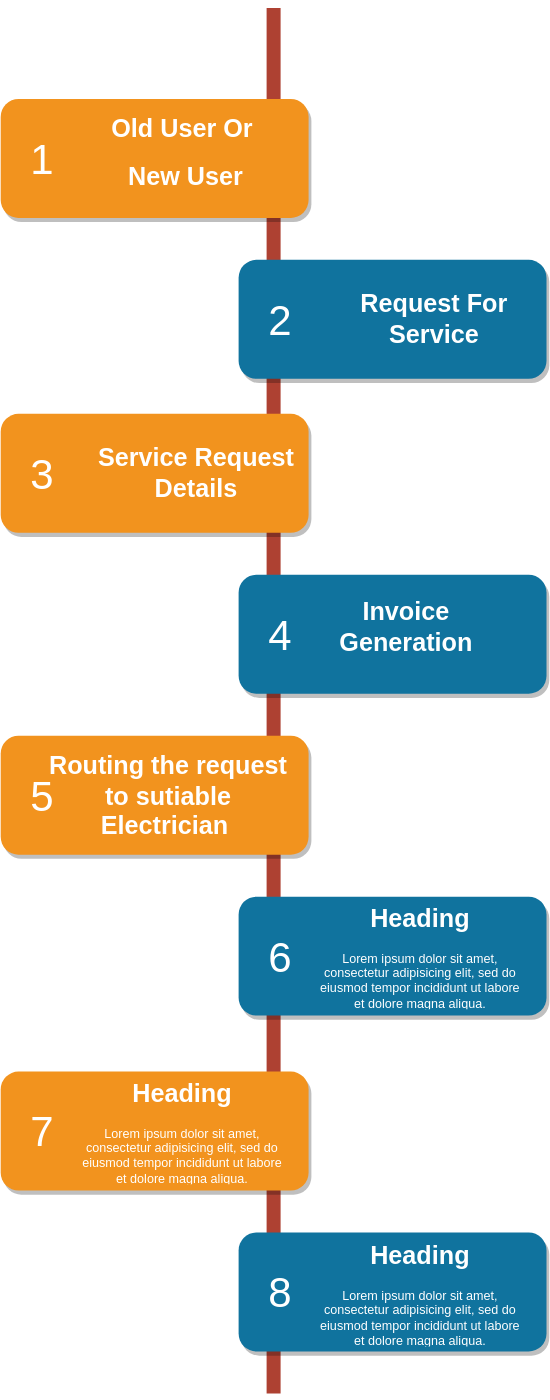
This is Untitled Diagram.svg from RahulDas-dev/Processflow, a draw.io export, as it was before one commit. Source tidied: cells renumbered, new cells last; positions are measured from the earlier drawing's top-left corner, leaving out a move shared by most shapes. The source it was exported from:
```xml
<mxGraphModel>
  <root>
    <mxCell id="0" />
    <mxCell id="1" parent="0" />
    <mxCell id="2" style="line;strokeWidth=10;direction=south;html=1;fillColor=none;fontSize=13;fontColor=#000000;align=center;strokeColor=#AE4132;" parent="1" vertex="1">
      <mxGeometry x="190" width="10" height="990" as="geometry" />
    </mxCell>
    <mxCell id="3" style="rounded=1;whiteSpace=wrap;html=1;strokeColor=none;strokeWidth=1;fillColor=#F2931E;fontSize=13;fontColor=#FFFFFF;align=center;gradientColor=none;gradientDirection=east;verticalAlign=top;shadow=1;" parent="1" vertex="1">
      <mxGeometry y="65" width="220" height="85" as="geometry" />
    </mxCell>
    <mxCell id="4" value="1" style="text;html=1;strokeColor=none;fillColor=none;align=center;verticalAlign=middle;whiteSpace=wrap;fontSize=30;fontColor=#FFFFFF;" parent="1" vertex="1">
      <mxGeometry x="10" y="98" width="40" height="20" as="geometry" />
    </mxCell>
    <mxCell id="5" style="rounded=1;whiteSpace=wrap;html=1;strokeColor=none;strokeWidth=1;fillColor=#10739E;fontSize=13;fontColor=#FFFFFF;align=center;gradientColor=none;gradientDirection=east;verticalAlign=top;shadow=1;" parent="1" vertex="1">
      <mxGeometry x="170" y="180" width="220" height="85" as="geometry" />
    </mxCell>
    <mxCell id="6" value="2" style="text;html=1;strokeColor=none;fillColor=none;align=center;verticalAlign=middle;whiteSpace=wrap;fontSize=30;fontColor=#FFFFFF;" parent="1" vertex="1">
      <mxGeometry x="180" y="213" width="40" height="20" as="geometry" />
    </mxCell>
    <mxCell id="7" style="rounded=1;whiteSpace=wrap;html=1;strokeColor=none;strokeWidth=1;fillColor=#F2931E;fontSize=13;fontColor=#FFFFFF;align=center;gradientColor=none;gradientDirection=east;verticalAlign=top;shadow=1;" parent="1" vertex="1">
      <mxGeometry y="290" width="220" height="85" as="geometry" />
    </mxCell>
    <mxCell id="8" value="3" style="text;html=1;strokeColor=none;fillColor=none;align=center;verticalAlign=middle;whiteSpace=wrap;fontSize=30;fontColor=#FFFFFF;" parent="1" vertex="1">
      <mxGeometry x="10" y="323" width="40" height="20" as="geometry" />
    </mxCell>
    <mxCell id="9" style="rounded=1;whiteSpace=wrap;html=1;strokeColor=none;strokeWidth=1;fillColor=#10739E;fontSize=13;fontColor=#FFFFFF;align=center;gradientColor=none;gradientDirection=east;verticalAlign=top;shadow=1;" parent="1" vertex="1">
      <mxGeometry x="170" y="405" width="220" height="85" as="geometry" />
    </mxCell>
    <mxCell id="10" value="4" style="text;html=1;strokeColor=none;fillColor=none;align=center;verticalAlign=middle;whiteSpace=wrap;fontSize=30;fontColor=#FFFFFF;" parent="1" vertex="1">
      <mxGeometry x="180" y="438" width="40" height="20" as="geometry" />
    </mxCell>
    <mxCell id="11" style="rounded=1;whiteSpace=wrap;html=1;strokeColor=none;strokeWidth=1;fillColor=#F2931E;fontSize=13;fontColor=#FFFFFF;align=center;gradientColor=none;gradientDirection=east;verticalAlign=top;shadow=1;" parent="1" vertex="1">
      <mxGeometry y="520" width="220" height="85" as="geometry" />
    </mxCell>
    <mxCell id="12" value="5" style="text;html=1;strokeColor=none;fillColor=none;align=center;verticalAlign=middle;whiteSpace=wrap;fontSize=30;fontColor=#FFFFFF;" parent="1" vertex="1">
      <mxGeometry x="10" y="553" width="40" height="20" as="geometry" />
    </mxCell>
    <mxCell id="13" style="rounded=1;whiteSpace=wrap;html=1;strokeColor=none;strokeWidth=1;fillColor=#10739E;fontSize=13;fontColor=#FFFFFF;align=center;gradientColor=none;gradientDirection=east;verticalAlign=top;shadow=1;" parent="1" vertex="1">
      <mxGeometry x="170" y="635" width="220" height="85" as="geometry" />
    </mxCell>
    <mxCell id="14" value="6" style="text;html=1;strokeColor=none;fillColor=none;align=center;verticalAlign=middle;whiteSpace=wrap;fontSize=30;fontColor=#FFFFFF;" parent="1" vertex="1">
      <mxGeometry x="180" y="668" width="40" height="20" as="geometry" />
    </mxCell>
    <mxCell id="15" style="rounded=1;whiteSpace=wrap;html=1;strokeColor=none;strokeWidth=1;fillColor=#F2931E;fontSize=13;fontColor=#FFFFFF;align=center;gradientColor=none;gradientDirection=east;verticalAlign=top;shadow=1;" parent="1" vertex="1">
      <mxGeometry y="760" width="220" height="85" as="geometry" />
    </mxCell>
    <mxCell id="16" value="7" style="text;html=1;strokeColor=none;fillColor=none;align=center;verticalAlign=middle;whiteSpace=wrap;fontSize=30;fontColor=#FFFFFF;" parent="1" vertex="1">
      <mxGeometry x="10" y="793" width="40" height="20" as="geometry" />
    </mxCell>
    <mxCell id="17" style="rounded=1;whiteSpace=wrap;html=1;strokeColor=none;strokeWidth=1;fillColor=#10739E;fontSize=13;fontColor=#FFFFFF;align=center;gradientColor=none;gradientDirection=east;verticalAlign=top;shadow=1;" parent="1" vertex="1">
      <mxGeometry x="170" y="875" width="220" height="85" as="geometry" />
    </mxCell>
    <mxCell id="18" value="8" style="text;html=1;strokeColor=none;fillColor=none;align=center;verticalAlign=middle;whiteSpace=wrap;fontSize=30;fontColor=#FFFFFF;" parent="1" vertex="1">
      <mxGeometry x="180" y="908" width="40" height="20" as="geometry" />
    </mxCell>
    <mxCell id="19" value="&lt;h1&gt;Old User Or&lt;/h1&gt;&lt;h1&gt;&amp;nbsp;New User&lt;/h1&gt;" style="text;html=1;spacing=5;spacingTop=-20;whiteSpace=wrap;overflow=hidden;strokeColor=none;strokeWidth=4;fillColor=none;gradientColor=#007FFF;fontSize=9;fontColor=#FFFFFF;align=center;" parent="1" vertex="1">
      <mxGeometry x="30" y="74.5" width="200" height="66" as="geometry" />
    </mxCell>
    <mxCell id="20" value="&lt;h1&gt;Request For Service&lt;/h1&gt;" style="text;html=1;spacing=5;spacingTop=-20;whiteSpace=wrap;overflow=hidden;strokeColor=none;strokeWidth=4;fillColor=none;gradientColor=#007FFF;fontSize=9;fontColor=#FFFFFF;align=center;" parent="1" vertex="1">
      <mxGeometry x="230" y="200" width="160" height="61" as="geometry" />
    </mxCell>
    <mxCell id="21" value="&lt;h1&gt;Service Request Details&lt;/h1&gt;&lt;div&gt;&lt;br&gt;&lt;/div&gt;" style="text;html=1;spacing=5;spacingTop=-20;whiteSpace=wrap;overflow=hidden;strokeColor=none;strokeWidth=4;fillColor=none;gradientColor=#007FFF;fontSize=9;fontColor=#FFFFFF;align=center;" parent="1" vertex="1">
      <mxGeometry x="60" y="310" width="160" height="77" as="geometry" />
    </mxCell>
    <mxCell id="22" value="&lt;h1&gt;Invoice Generation&lt;/h1&gt;&lt;div&gt;&lt;br&gt;&lt;/div&gt;" style="text;html=1;spacing=5;spacingTop=-20;whiteSpace=wrap;overflow=hidden;strokeColor=none;strokeWidth=4;fillColor=none;gradientColor=#007FFF;fontSize=9;fontColor=#FFFFFF;align=center;" parent="1" vertex="1">
      <mxGeometry x="210" y="419.5" width="160" height="56" as="geometry" />
    </mxCell>
    <mxCell id="23" value="&lt;h1&gt;Routing the request to sutiable Electrician&amp;nbsp;&lt;/h1&gt;" style="text;html=1;spacing=5;spacingTop=-20;whiteSpace=wrap;overflow=hidden;strokeColor=none;strokeWidth=4;fillColor=none;gradientColor=#007FFF;fontSize=9;fontColor=#FFFFFF;align=center;" parent="1" vertex="1">
      <mxGeometry x="30" y="530" width="180" height="86" as="geometry" />
    </mxCell>
    <mxCell id="24" value="&lt;h1&gt;Heading&lt;/h1&gt;&lt;p&gt;Lorem ipsum dolor sit amet, consectetur adipisicing elit, sed do eiusmod tempor incididunt ut labore et dolore magna aliqua.&lt;/p&gt;" style="text;html=1;spacing=5;spacingTop=-20;whiteSpace=wrap;overflow=hidden;strokeColor=none;strokeWidth=4;fillColor=none;gradientColor=#007FFF;fontSize=9;fontColor=#FFFFFF;align=center;" parent="1" vertex="1">
      <mxGeometry x="220" y="639" width="160" height="77" as="geometry" />
    </mxCell>
    <mxCell id="25" value="&lt;h1&gt;Heading&lt;/h1&gt;&lt;p&gt;Lorem ipsum dolor sit amet, consectetur adipisicing elit, sed do eiusmod tempor incididunt ut labore et dolore magna aliqua.&lt;/p&gt;" style="text;html=1;spacing=5;spacingTop=-20;whiteSpace=wrap;overflow=hidden;strokeColor=none;strokeWidth=4;fillColor=none;gradientColor=#007FFF;fontSize=9;fontColor=#FFFFFF;align=center;" parent="1" vertex="1">
      <mxGeometry x="50" y="764" width="160" height="77" as="geometry" />
    </mxCell>
    <mxCell id="26" value="&lt;h1&gt;Heading&lt;/h1&gt;&lt;p&gt;Lorem ipsum dolor sit amet, consectetur adipisicing elit, sed do eiusmod tempor incididunt ut labore et dolore magna aliqua.&lt;/p&gt;" style="text;html=1;spacing=5;spacingTop=-20;whiteSpace=wrap;overflow=hidden;strokeColor=none;strokeWidth=4;fillColor=none;gradientColor=#007FFF;fontSize=9;fontColor=#FFFFFF;align=center;" parent="1" vertex="1">
      <mxGeometry x="220" y="880" width="160" height="77" as="geometry" />
    </mxCell>
  </root>
</mxGraphModel>
```
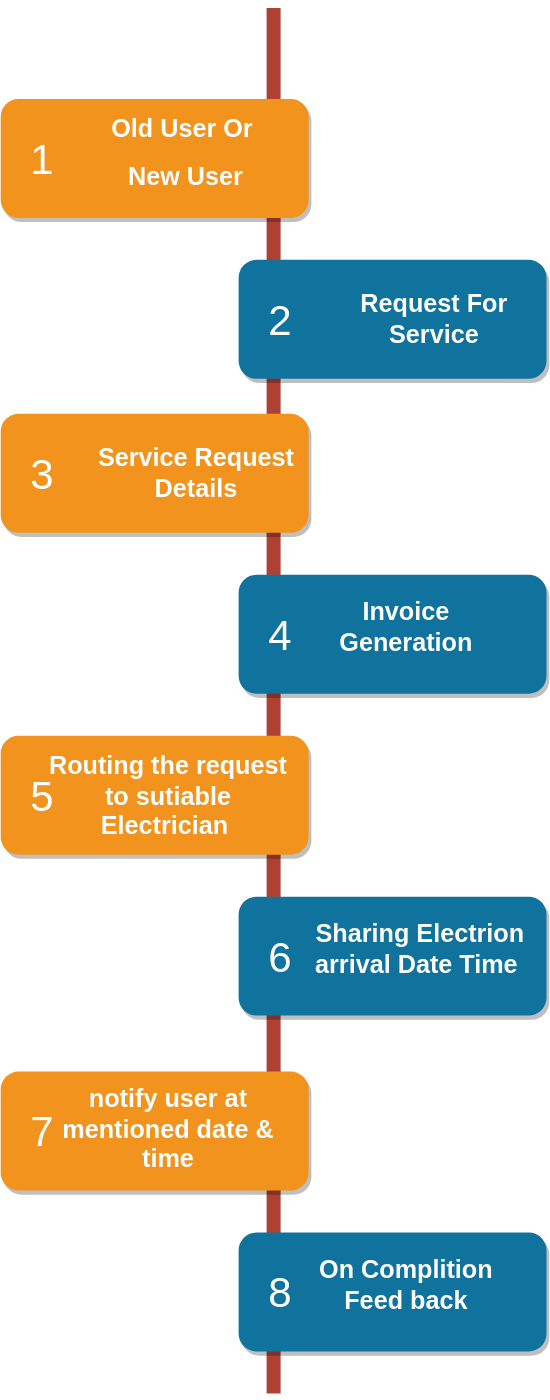
After the commit.

Diff of the diagram source:
```diff
@@ -68,14 +68,14 @@
     <mxCell id="23" value="&lt;h1&gt;Routing the request to sutiable Electrician&amp;nbsp;&lt;/h1&gt;" style="text;html=1;spacing=5;spacingTop=-20;whiteSpace=wrap;overflow=hidden;strokeColor=none;strokeWidth=4;fillColor=none;gradientColor=#007FFF;fontSize=9;fontColor=#FFFFFF;align=center;" parent="1" vertex="1">
       <mxGeometry x="30" y="530" width="180" height="86" as="geometry" />
     </mxCell>
-    <mxCell id="24" value="&lt;h1&gt;Heading&lt;/h1&gt;&lt;p&gt;Lorem ipsum dolor sit amet, consectetur adipisicing elit, sed do eiusmod tempor incididunt ut labore et dolore magna aliqua.&lt;/p&gt;" style="text;html=1;spacing=5;spacingTop=-20;whiteSpace=wrap;overflow=hidden;strokeColor=none;strokeWidth=4;fillColor=none;gradientColor=#007FFF;fontSize=9;fontColor=#FFFFFF;align=center;" parent="1" vertex="1">
-      <mxGeometry x="220" y="639" width="160" height="77" as="geometry" />
+    <mxCell id="24" value="&lt;h1&gt;Sharing Electrion arrival Date Time&amp;nbsp;&lt;/h1&gt;" style="text;html=1;spacing=5;spacingTop=-20;whiteSpace=wrap;overflow=hidden;strokeColor=none;strokeWidth=4;fillColor=none;gradientColor=#007FFF;fontSize=9;fontColor=#FFFFFF;align=center;" parent="1" vertex="1">
+      <mxGeometry x="220" y="650" width="160" height="77" as="geometry" />
     </mxCell>
-    <mxCell id="25" value="&lt;h1&gt;Heading&lt;/h1&gt;&lt;p&gt;Lorem ipsum dolor sit amet, consectetur adipisicing elit, sed do eiusmod tempor incididunt ut labore et dolore magna aliqua.&lt;/p&gt;" style="text;html=1;spacing=5;spacingTop=-20;whiteSpace=wrap;overflow=hidden;strokeColor=none;strokeWidth=4;fillColor=none;gradientColor=#007FFF;fontSize=9;fontColor=#FFFFFF;align=center;" parent="1" vertex="1">
-      <mxGeometry x="50" y="764" width="160" height="77" as="geometry" />
+    <mxCell id="25" value="&lt;h1&gt;notify user at mentioned date &amp;amp; time&lt;/h1&gt;&lt;div&gt;&lt;br&gt;&lt;/div&gt;&lt;div&gt;&lt;br&gt;&lt;/div&gt;" style="text;html=1;spacing=5;spacingTop=-20;whiteSpace=wrap;overflow=hidden;strokeColor=none;strokeWidth=4;fillColor=none;gradientColor=#007FFF;fontSize=9;fontColor=#FFFFFF;align=center;" parent="1" vertex="1">
+      <mxGeometry x="40" y="768" width="160" height="77" as="geometry" />
     </mxCell>
-    <mxCell id="26" value="&lt;h1&gt;Heading&lt;/h1&gt;&lt;p&gt;Lorem ipsum dolor sit amet, consectetur adipisicing elit, sed do eiusmod tempor incididunt ut labore et dolore magna aliqua.&lt;/p&gt;" style="text;html=1;spacing=5;spacingTop=-20;whiteSpace=wrap;overflow=hidden;strokeColor=none;strokeWidth=4;fillColor=none;gradientColor=#007FFF;fontSize=9;fontColor=#FFFFFF;align=center;" parent="1" vertex="1">
-      <mxGeometry x="220" y="880" width="160" height="77" as="geometry" />
+    <mxCell id="26" value="&lt;h1&gt;On Complition Feed back&lt;/h1&gt;&lt;div&gt;&lt;br&gt;&lt;/div&gt;" style="text;html=1;spacing=5;spacingTop=-20;whiteSpace=wrap;overflow=hidden;strokeColor=none;strokeWidth=4;fillColor=none;gradientColor=#007FFF;fontSize=9;fontColor=#FFFFFF;align=center;" parent="1" vertex="1">
+      <mxGeometry x="210" y="890" width="160" height="77" as="geometry" />
     </mxCell>
   </root>
 </mxGraphModel>
```
